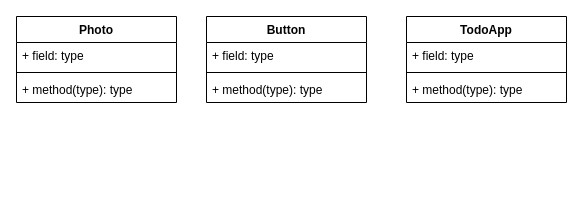
Earlier version of the draw.io diagram uml.drawio (patootey/todo). Source tidied: cells renumbered, new cells numbered last; positions are measured from the earlier drawing's top-left corner, leaving out a move shared by most shapes. Both pictures are drawn from the tidied source at 100%, with x=0, y=0 at pixel (16, 16).
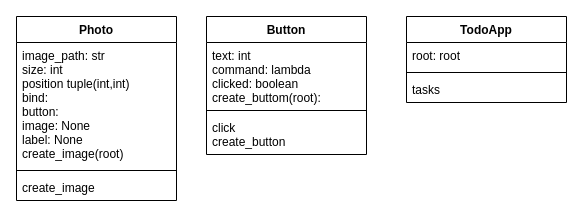
The same diagram, later.

Commit message (it also covers changes not shown here):
uml start

What changed in the source:
```diff
@@
 <mxGraphModel>
   <root>
     <mxCell id="0" />
     <mxCell id="1" parent="0" />
     <mxCell id="2" value="Photo" style="swimlane;fontStyle=1;align=center;verticalAlign=top;horizontal=1;startSize=26;" parent="1" vertex="1">
-      <mxGeometry width="160" height="86" as="geometry" />
+      <mxGeometry width="160" height="184" as="geometry" />
     </mxCell>
-    <mxCell id="3" value="+ field: type" style="text;strokeColor=none;fillColor=none;align=left;verticalAlign=top;spacingLeft=4;spacingRight=4;overflow=hidden;" parent="2" vertex="1">
-      <mxGeometry y="26" width="160" height="26" as="geometry" />
+    <mxCell id="3" value="image_path: str&#10;size: int&#10;position tuple(int,int)&#10;bind:&#10;button:&#10;image: None&#10;label: None&#10;create_image(root)" style="text;strokeColor=none;fillColor=none;align=left;verticalAlign=top;spacingLeft=4;spacingRight=4;overflow=hidden;" parent="2" vertex="1">
+      <mxGeometry y="26" width="160" height="124" as="geometry" />
     </mxCell>
     <mxCell id="4" style="line;strokeWidth=1;fillColor=none;align=left;verticalAlign=middle;spacingTop=-1;spacingLeft=3;spacingRight=3;labelPosition=right;strokeColor=inherit;" parent="2" vertex="1">
-      <mxGeometry y="52" width="160" height="8" as="geometry" />
+      <mxGeometry y="150" width="160" height="8" as="geometry" />
     </mxCell>
-    <mxCell id="5" value="+ method(type): type" style="text;strokeColor=none;fillColor=none;align=left;verticalAlign=top;spacingLeft=4;spacingRight=4;overflow=hidden;" parent="2" vertex="1">
-      <mxGeometry y="60" width="160" height="26" as="geometry" />
+    <mxCell id="5" value="create_image" style="text;strokeColor=none;fillColor=none;align=left;verticalAlign=top;spacingLeft=4;spacingRight=4;overflow=hidden;" parent="2" vertex="1">
+      <mxGeometry y="158" width="160" height="26" as="geometry" />
     </mxCell>
     <mxCell id="6" value="Button" style="swimlane;fontStyle=1;align=center;verticalAlign=top;horizontal=1;startSize=26;" parent="1" vertex="1">
-      <mxGeometry x="190" width="160" height="86" as="geometry" />
+      <mxGeometry x="190" width="160" height="138" as="geometry" />
     </mxCell>
-    <mxCell id="7" value="+ field: type" style="text;strokeColor=none;fillColor=none;align=left;verticalAlign=top;spacingLeft=4;spacingRight=4;overflow=hidden;" parent="6" vertex="1">
-      <mxGeometry y="26" width="160" height="26" as="geometry" />
+    <mxCell id="7" value="text: int&#10;command: lambda&#10;clicked: boolean&#10;create_buttom(root):" style="text;strokeColor=none;fillColor=none;align=left;verticalAlign=top;spacingLeft=4;spacingRight=4;overflow=hidden;" parent="6" vertex="1">
+      <mxGeometry y="26" width="160" height="64" as="geometry" />
     </mxCell>
     <mxCell id="8" style="line;strokeWidth=1;fillColor=none;align=left;verticalAlign=middle;spacingTop=-1;spacingLeft=3;spacingRight=3;labelPosition=right;strokeColor=inherit;" parent="6" vertex="1">
-      <mxGeometry y="52" width="160" height="8" as="geometry" />
+      <mxGeometry y="90" width="160" height="8" as="geometry" />
     </mxCell>
-    <mxCell id="9" value="+ method(type): type" style="text;strokeColor=none;fillColor=none;align=left;verticalAlign=top;spacingLeft=4;spacingRight=4;overflow=hidden;" parent="6" vertex="1">
-      <mxGeometry y="60" width="160" height="26" as="geometry" />
+    <mxCell id="9" value="click&#10;create_button" style="text;strokeColor=none;fillColor=none;align=left;verticalAlign=top;spacingLeft=4;spacingRight=4;overflow=hidden;" parent="6" vertex="1">
+      <mxGeometry y="98" width="160" height="40" as="geometry" />
     </mxCell>
     <mxCell id="10" value="TodoApp&#10;" style="swimlane;fontStyle=1;align=center;verticalAlign=top;horizontal=1;startSize=26;" parent="1" vertex="1">
       <mxGeometry x="390" width="160" height="86" as="geometry" />
     </mxCell>
-    <mxCell id="11" value="+ field: type" style="text;strokeColor=none;fillColor=none;align=left;verticalAlign=top;spacingLeft=4;spacingRight=4;overflow=hidden;" parent="10" vertex="1">
+    <mxCell id="11" value="root: root" style="text;strokeColor=none;fillColor=none;align=left;verticalAlign=top;spacingLeft=4;spacingRight=4;overflow=hidden;" parent="10" vertex="1">
       <mxGeometry y="26" width="160" height="26" as="geometry" />
     </mxCell>
     <mxCell id="12" style="line;strokeWidth=1;fillColor=none;align=left;verticalAlign=middle;spacingTop=-1;spacingLeft=3;spacingRight=3;labelPosition=right;strokeColor=inherit;" parent="10" vertex="1">
       <mxGeometry y="52" width="160" height="8" as="geometry" />
     </mxCell>
-    <mxCell id="13" value="+ method(type): type" style="text;strokeColor=none;fillColor=none;align=left;verticalAlign=top;spacingLeft=4;spacingRight=4;overflow=hidden;" parent="10" vertex="1">
+    <mxCell id="13" value="tasks" style="text;strokeColor=none;fillColor=none;align=left;verticalAlign=top;spacingLeft=4;spacingRight=4;overflow=hidden;" parent="10" vertex="1">
       <mxGeometry y="60" width="160" height="26" as="geometry" />
     </mxCell>
   </root>
 </mxGraphModel>
```
